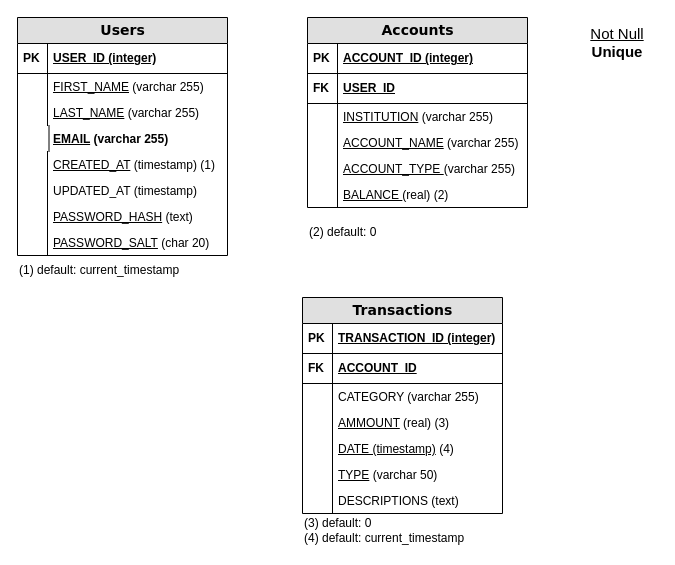
This is backEnd/model/dataBase.drawio from allanchiapetti/personalFinanceTracker, a draw.io file, before an edit. Source tidied: cells renumbered, new cells numbered last; positions are measured from the earlier drawing's top-left corner, leaving out a move shared by most shapes. Both pictures are drawn from the tidied source at 100%, with x=0, y=0 at pixel (17, 17).
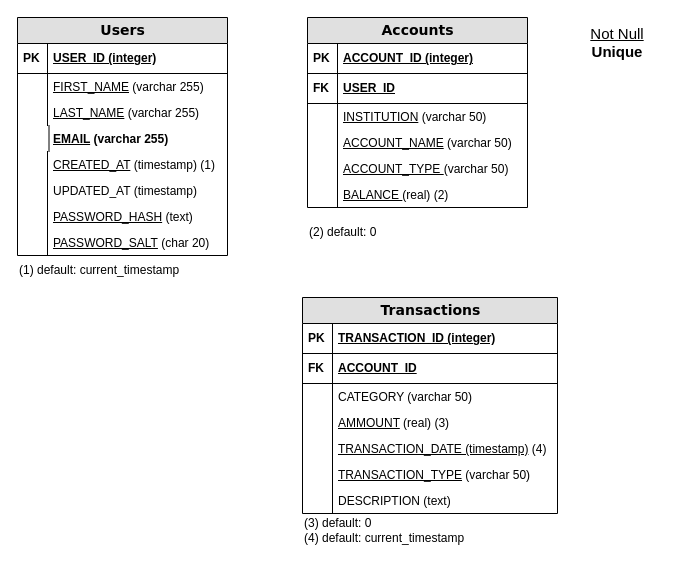
The same diagram, later.

Unchanged cells that the change refers to:
```xml
<mxCell id="34" value="Accounts" style="swimlane;html=1;fontStyle=1;horizontal=1;startSize=26;fillColor=#e0e0e0;swimlaneFillColor=#ffffff;align=center;rounded=0;shadow=0;comic=0;labelBackgroundColor=none;strokeWidth=1;fontFamily=Verdana;fontSize=14;" parent="1" vertex="1">
  <mxGeometry x="290" width="220" height="190" as="geometry" />
</mxCell>
```

The edit, as a diff of the source:
```diff
@@
     <mxCell id="19" value="Transactions" style="swimlane;html=1;fontStyle=1;horizontal=1;startSize=26;fillColor=#e0e0e0;swimlaneFillColor=#ffffff;align=center;rounded=0;shadow=0;comic=0;labelBackgroundColor=none;strokeWidth=1;fontFamily=Verdana;fontSize=14;" parent="1" vertex="1">
-      <mxGeometry x="285" y="280" width="200" height="216" as="geometry" />
+      <mxGeometry x="285" y="280" width="255" height="216" as="geometry" />
     </mxCell>
     <mxCell id="20" value="TRANSACTION_ID (integer)" style="shape=partialRectangle;top=0;left=0;right=0;bottom=1;html=1;align=left;verticalAlign=middle;fillColor=none;spacingLeft=34;spacingRight=4;whiteSpace=wrap;overflow=hidden;fontStyle=5;" parent="19" vertex="1">
-      <mxGeometry y="26" width="200" height="30" as="geometry" />
+      <mxGeometry y="26" width="255" height="30" as="geometry" />
     </mxCell>
@@
     <mxCell id="22" value="ACCOUNT_ID" style="shape=partialRectangle;top=0;left=0;right=0;bottom=1;html=1;align=left;verticalAlign=middle;fillColor=none;spacingLeft=34;spacingRight=4;whiteSpace=wrap;overflow=hidden;fontStyle=5;" parent="19" vertex="1">
-      <mxGeometry y="56" width="200" height="30" as="geometry" />
+      <mxGeometry y="56" width="255" height="30" as="geometry" />
     </mxCell>
@@
-    <mxCell id="24" value="CATEGORY (varchar 255)" style="shape=partialRectangle;top=0;left=0;right=0;bottom=0;html=1;align=left;verticalAlign=top;fillColor=none;spacingLeft=34;spacingRight=4;whiteSpace=wrap;overflow=hidden;" parent="19" vertex="1">
-      <mxGeometry y="86" width="200" height="26" as="geometry" />
+    <mxCell id="24" value="CATEGORY (varchar 50)" style="shape=partialRectangle;top=0;left=0;right=0;bottom=0;html=1;align=left;verticalAlign=top;fillColor=none;spacingLeft=34;spacingRight=4;whiteSpace=wrap;overflow=hidden;" parent="19" vertex="1">
+      <mxGeometry y="86" width="255" height="26" as="geometry" />
     </mxCell>
@@
     <mxCell id="26" value="&lt;u&gt;AMMOUNT&lt;/u&gt; (real) (3)" style="shape=partialRectangle;top=0;left=0;right=0;bottom=0;html=1;align=left;verticalAlign=top;fillColor=none;spacingLeft=34;spacingRight=4;whiteSpace=wrap;overflow=hidden;" parent="19" vertex="1">
-      <mxGeometry y="112" width="200" height="26" as="geometry" />
+      <mxGeometry y="112" width="255" height="26" as="geometry" />
     </mxCell>
@@
-    <mxCell id="28" value="&lt;u&gt;DATE (timestamp)&lt;/u&gt; (4)" style="shape=partialRectangle;top=0;left=0;right=0;bottom=0;html=1;align=left;verticalAlign=top;fillColor=none;spacingLeft=34;spacingRight=4;whiteSpace=wrap;overflow=hidden;" parent="19" vertex="1">
-      <mxGeometry y="138" width="200" height="26" as="geometry" />
+    <mxCell id="28" value="&lt;u&gt;TRANSACTION_DATE (timestamp)&lt;/u&gt; (4)" style="shape=partialRectangle;top=0;left=0;right=0;bottom=0;html=1;align=left;verticalAlign=top;fillColor=none;spacingLeft=34;spacingRight=4;whiteSpace=wrap;overflow=hidden;" parent="19" vertex="1">
+      <mxGeometry y="138" width="255" height="26" as="geometry" />
     </mxCell>
@@
-    <mxCell id="30" value="&lt;u&gt;TYPE&lt;/u&gt; (varchar 50)" style="shape=partialRectangle;top=0;left=0;right=0;bottom=0;html=1;align=left;verticalAlign=top;fillColor=none;spacingLeft=34;spacingRight=4;whiteSpace=wrap;overflow=hidden;" parent="19" vertex="1">
-      <mxGeometry y="164" width="200" height="26" as="geometry" />
+    <mxCell id="30" value="&lt;u&gt;TRANSACTION_TYPE&lt;/u&gt; (varchar 50)" style="shape=partialRectangle;top=0;left=0;right=0;bottom=0;html=1;align=left;verticalAlign=top;fillColor=none;spacingLeft=34;spacingRight=4;whiteSpace=wrap;overflow=hidden;" parent="19" vertex="1">
+      <mxGeometry y="164" width="255" height="26" as="geometry" />
     </mxCell>
@@
-    <mxCell id="32" value="DESCRIPTIONS (text)" style="shape=partialRectangle;top=0;left=0;right=0;bottom=0;html=1;align=left;verticalAlign=top;fillColor=none;spacingLeft=34;spacingRight=4;whiteSpace=wrap;overflow=hidden;" parent="19" vertex="1">
-      <mxGeometry y="190" width="200" height="26" as="geometry" />
+    <mxCell id="32" value="DESCRIPTION (text)" style="shape=partialRectangle;top=0;left=0;right=0;bottom=0;html=1;align=left;verticalAlign=top;fillColor=none;spacingLeft=34;spacingRight=4;whiteSpace=wrap;overflow=hidden;" parent="19" vertex="1">
+      <mxGeometry y="190" width="255" height="26" as="geometry" />
     </mxCell>
@@
-    <mxCell id="39" value="&lt;u&gt;INSTITUTION&lt;/u&gt; (varchar 255)" style="shape=partialRectangle;top=0;left=0;right=0;bottom=0;html=1;align=left;verticalAlign=top;fillColor=none;spacingLeft=34;spacingRight=4;whiteSpace=wrap;overflow=hidden;" parent="34" vertex="1">
+    <mxCell id="39" value="&lt;u&gt;INSTITUTION&lt;/u&gt; (varchar 50)" style="shape=partialRectangle;top=0;left=0;right=0;bottom=0;html=1;align=left;verticalAlign=top;fillColor=none;spacingLeft=34;spacingRight=4;whiteSpace=wrap;overflow=hidden;" parent="34" vertex="1">
       <mxGeometry y="86" width="220" height="26" as="geometry" />
     </mxCell>
@@
-    <mxCell id="41" value="&lt;u&gt;ACCOUNT_NAME&lt;/u&gt; (varchar 255)" style="shape=partialRectangle;top=0;left=0;right=0;bottom=0;html=1;align=left;verticalAlign=top;fillColor=none;spacingLeft=34;spacingRight=4;whiteSpace=wrap;overflow=hidden;" parent="34" vertex="1">
+    <mxCell id="41" value="&lt;u&gt;ACCOUNT_NAME&lt;/u&gt; (varchar 50)" style="shape=partialRectangle;top=0;left=0;right=0;bottom=0;html=1;align=left;verticalAlign=top;fillColor=none;spacingLeft=34;spacingRight=4;whiteSpace=wrap;overflow=hidden;" parent="34" vertex="1">
       <mxGeometry y="112" width="220" height="26" as="geometry" />
     </mxCell>
@@
-    <mxCell id="43" value="&lt;u&gt;ACCOUNT_&lt;/u&gt;&lt;u&gt;TYPE &lt;/u&gt;(varchar 255)" style="shape=partialRectangle;top=0;left=0;right=0;bottom=0;html=1;align=left;verticalAlign=top;fillColor=none;spacingLeft=34;spacingRight=4;whiteSpace=wrap;overflow=hidden;" parent="34" vertex="1">
+    <mxCell id="43" value="&lt;u&gt;ACCOUNT_&lt;/u&gt;&lt;u&gt;TYPE &lt;/u&gt;(varchar 50)" style="shape=partialRectangle;top=0;left=0;right=0;bottom=0;html=1;align=left;verticalAlign=top;fillColor=none;spacingLeft=34;spacingRight=4;whiteSpace=wrap;overflow=hidden;" parent="34" vertex="1">
       <mxGeometry y="138" width="220" height="26" as="geometry" />
     </mxCell>
```
